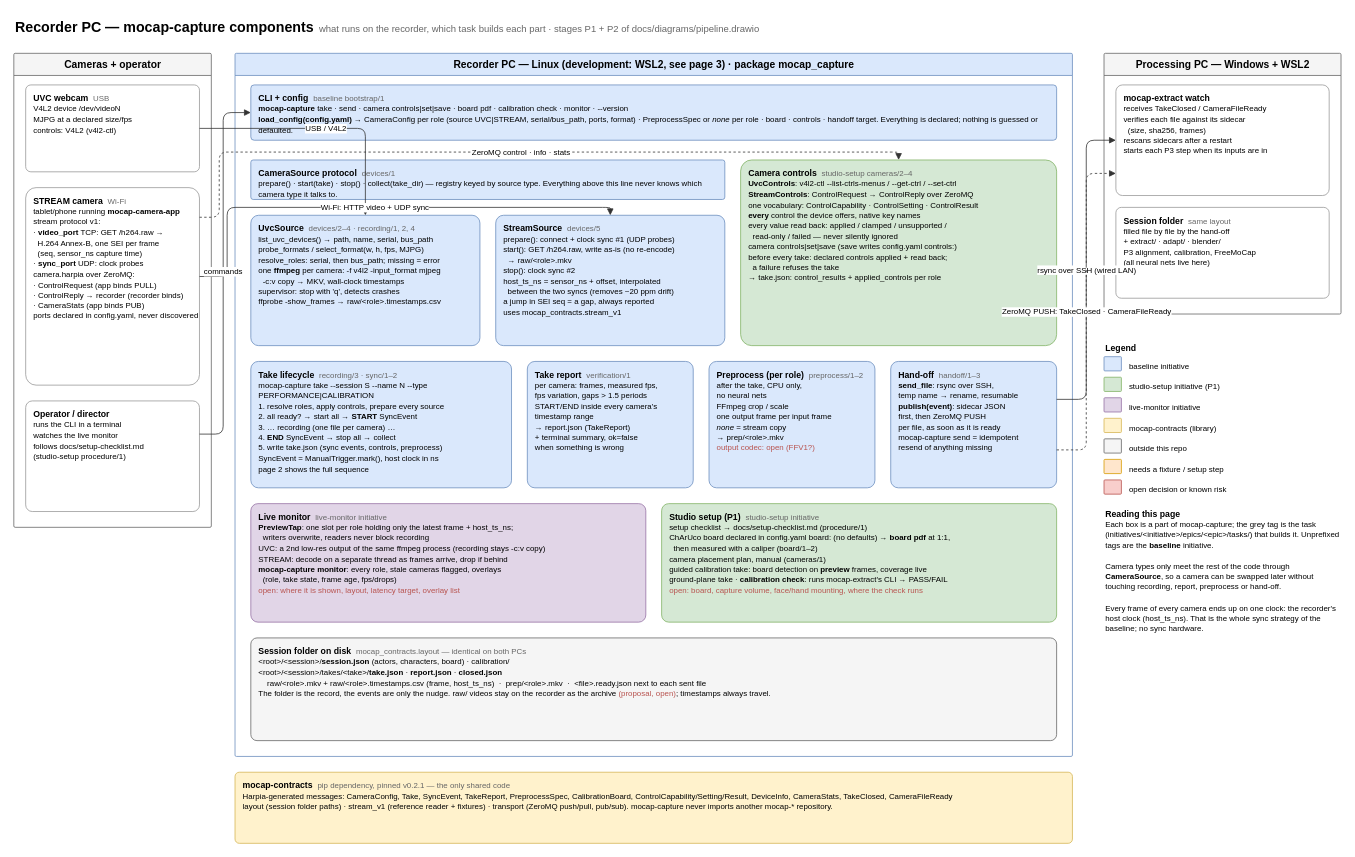
Before: page "1 · Components" (1 of 4) of docs/recorder-pc.drawio in rafaelchiafarelli/mocap-capture, a draw.io diagram. Source tidied: cells renumbered, new cells numbered last; positions are measured from the earlier drawing's top-left corner, leaving out a move shared by most shapes. Both pictures are drawn from the tidied source at 79%, with x=0, y=0 at pixel (13, 13).
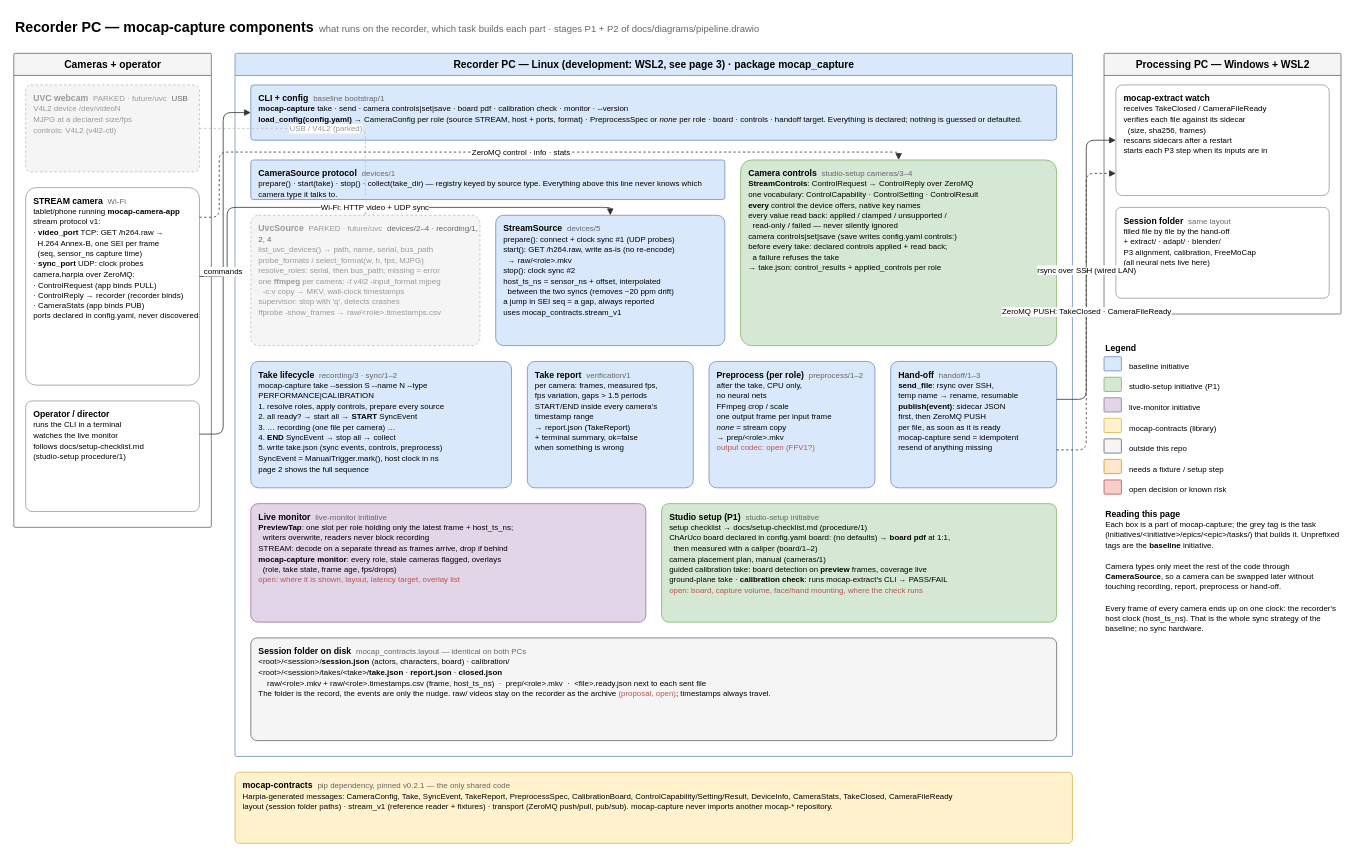
The same page after the edit.

Unchanged cells that the change refers to:
```xml
<mxCell id="3" value="Cameras + operator" style="swimlane;html=1;startSize=28;rounded=1;arcSize=2;fontSize=13;fontStyle=1;swimlaneFillColor=none;fillColor=#f5f5f5;strokeColor=#666666;" parent="1" vertex="1">
  <mxGeometry y="50" width="250" height="600" as="geometry" />
</mxCell>
<mxCell id="7" value="Recorder PC — Linux (development: WSL2, see page 3) · package mocap_capture" style="swimlane;html=1;startSize=28;rounded=1;arcSize=2;fontSize=13;fontStyle=1;swimlaneFillColor=none;fillColor=#dae8fc;strokeColor=#6c8ebf;" parent="1" vertex="1">
  <mxGeometry x="280" y="50" width="1060" height="890" as="geometry" />
</mxCell>
```

Change to the diagram source:
```diff
@@
-    <mxCell id="4" value="&lt;b&gt;UVC webcam&lt;/b&gt; &amp;nbsp;&lt;font color='#666666' style='font-size:10px'&gt;USB&lt;/font&gt;&lt;br&gt;&lt;font style='font-size:10px'&gt;V4L2 device /dev/videoN&lt;br&gt;MJPG at a declared size/fps&lt;br&gt;controls: V4L2 (v4l2-ctl)&lt;/font&gt;" style="rounded=1;whiteSpace=wrap;html=1;arcSize=6;align=left;verticalAlign=top;spacingLeft=8;spacingTop=4;fontSize=11;fillColor=#ffffff;strokeColor=#999999;" parent="3" vertex="1">
+    <mxCell id="4" value="&lt;b&gt;UVC webcam&lt;/b&gt; &amp;nbsp;&lt;font color='#999999' style='font-size:10px'&gt;PARKED · future/uvc&lt;/font&gt; &amp;nbsp;&lt;font color='#666666' style='font-size:10px'&gt;USB&lt;/font&gt;&lt;br&gt;&lt;font style='font-size:10px'&gt;V4L2 device /dev/videoN&lt;br&gt;MJPG at a declared size/fps&lt;br&gt;controls: V4L2 (v4l2-ctl)&lt;/font&gt;" style="rounded=1;whiteSpace=wrap;html=1;arcSize=6;align=left;verticalAlign=top;spacingLeft=8;spacingTop=4;fontSize=11;fillColor=#f5f5f5;strokeColor=#bbbbbb;fontColor=#999999;dashed=1;" parent="3" vertex="1">
       <mxGeometry x="15" y="40" width="220" height="110" as="geometry" />
     </mxCell>
@@
-    <mxCell id="8" value="&lt;b&gt;CLI + config&lt;/b&gt; &amp;nbsp;&lt;font color='#666666' style='font-size:10px'&gt;baseline bootstrap/1&lt;/font&gt;&lt;br&gt;&lt;font style='font-size:10px'&gt;&lt;b&gt;mocap-capture&lt;/b&gt; take · send · camera controls|set|save · board pdf · calibration check · monitor · --version&lt;br&gt;&lt;b&gt;load_config(config.yaml)&lt;/b&gt; → CameraConfig per role (source UVC|STREAM, serial/bus_path, ports, format) · PreprocessSpec or &lt;i&gt;none&lt;/i&gt; per role · board · controls · handoff target. Everything is declared; nothing is guessed or defaulted.&lt;/font&gt;" style="rounded=1;whiteSpace=wrap;html=1;arcSize=6;align=left;verticalAlign=top;spacingLeft=8;spacingTop=4;fontSize=11;fillColor=#dae8fc;strokeColor=#6c8ebf;" parent="7" vertex="1">
+    <mxCell id="8" value="&lt;b&gt;CLI + config&lt;/b&gt; &amp;nbsp;&lt;font color='#666666' style='font-size:10px'&gt;baseline bootstrap/1&lt;/font&gt;&lt;br&gt;&lt;font style='font-size:10px'&gt;&lt;b&gt;mocap-capture&lt;/b&gt; take · send · camera controls|set|save · board pdf · calibration check · monitor · --version&lt;br&gt;&lt;b&gt;load_config(config.yaml)&lt;/b&gt; → CameraConfig per role (source STREAM, host + ports, format) · PreprocessSpec or &lt;i&gt;none&lt;/i&gt; per role · board · controls · handoff target. Everything is declared; nothing is guessed or defaulted.&lt;/font&gt;" style="rounded=1;whiteSpace=wrap;html=1;arcSize=6;align=left;verticalAlign=top;spacingLeft=8;spacingTop=4;fontSize=11;fillColor=#dae8fc;strokeColor=#6c8ebf;" parent="7" vertex="1">
       <mxGeometry x="20" y="40" width="1020" height="70" as="geometry" />
     </mxCell>
@@
-    <mxCell id="10" value="&lt;b&gt;UvcSource&lt;/b&gt; &amp;nbsp;&lt;font color='#666666' style='font-size:10px'&gt;devices/2–4 · recording/1, 2, 4&lt;/font&gt;&lt;br&gt;&lt;font style='font-size:10px'&gt;list_uvc_devices() → path, name, serial, bus_path&lt;br&gt;probe_formats / select_format(w, h, fps, MJPG)&lt;br&gt;resolve_roles: serial, then bus_path; missing = error&lt;br&gt;one &lt;b&gt;ffmpeg&lt;/b&gt; per camera: -f v4l2 -input_format mjpeg&lt;br&gt;&amp;nbsp;&amp;nbsp;-c:v copy → MKV, wall-clock timestamps&lt;br&gt;supervisor: stop with 'q', detects crashes&lt;br&gt;ffprobe -show_frames → raw/&amp;lt;role&amp;gt;.timestamps.csv&lt;/font&gt;" style="rounded=1;whiteSpace=wrap;html=1;arcSize=6;align=left;verticalAlign=top;spacingLeft=8;spacingTop=4;fontSize=11;fillColor=#dae8fc;strokeColor=#6c8ebf;" parent="7" vertex="1">
+    <mxCell id="10" value="&lt;b&gt;UvcSource&lt;/b&gt; &amp;nbsp;&lt;font color='#999999' style='font-size:10px'&gt;PARKED · future/uvc&lt;/font&gt; &amp;nbsp;&lt;font color='#666666' style='font-size:10px'&gt;devices/2–4 · recording/1, 2, 4&lt;/font&gt;&lt;br&gt;&lt;font style='font-size:10px'&gt;list_uvc_devices() → path, name, serial, bus_path&lt;br&gt;probe_formats / select_format(w, h, fps, MJPG)&lt;br&gt;resolve_roles: serial, then bus_path; missing = error&lt;br&gt;one &lt;b&gt;ffmpeg&lt;/b&gt; per camera: -f v4l2 -input_format mjpeg&lt;br&gt;&amp;nbsp;&amp;nbsp;-c:v copy → MKV, wall-clock timestamps&lt;br&gt;supervisor: stop with 'q', detects crashes&lt;br&gt;ffprobe -show_frames → raw/&amp;lt;role&amp;gt;.timestamps.csv&lt;/font&gt;" style="rounded=1;whiteSpace=wrap;html=1;arcSize=6;align=left;verticalAlign=top;spacingLeft=8;spacingTop=4;fontSize=11;fillColor=#f5f5f5;strokeColor=#bbbbbb;fontColor=#999999;dashed=1;" parent="7" vertex="1">
       <mxGeometry x="20" y="205" width="290" height="165" as="geometry" />
     </mxCell>
@@
-    <mxCell id="12" value="&lt;b&gt;Camera controls&lt;/b&gt; &amp;nbsp;&lt;font color='#666666' style='font-size:10px'&gt;studio-setup cameras/2–4&lt;/font&gt;&lt;br&gt;&lt;font style='font-size:10px'&gt;&lt;b&gt;UvcControls&lt;/b&gt;: v4l2-ctl --list-ctrls-menus / --get-ctrl / --set-ctrl&lt;br&gt;&lt;b&gt;StreamControls&lt;/b&gt;: ControlRequest → ControlReply over ZeroMQ&lt;br&gt;one vocabulary: ControlCapability · ControlSetting · ControlResult&lt;br&gt;&lt;b&gt;every&lt;/b&gt; control the device offers, native key names&lt;br&gt;every value read back: applied / clamped / unsupported /&lt;br&gt;&amp;nbsp;&amp;nbsp;read-only / failed — never silently ignored&lt;br&gt;camera controls|set|save (save writes config.yaml controls:)&lt;br&gt;before every take: declared controls applied + read back;&lt;br&gt;&amp;nbsp;&amp;nbsp;a failure refuses the take&lt;br&gt;→ take.json: control_results + applied_controls per role&lt;/font&gt;" style="rounded=1;whiteSpace=wrap;html=1;arcSize=6;align=left;verticalAlign=top;spacingLeft=8;spacingTop=4;fontSize=11;fillColor=#d5e8d4;strokeColor=#82b366;" parent="7" vertex="1">
+    <mxCell id="12" value="&lt;b&gt;Camera controls&lt;/b&gt; &amp;nbsp;&lt;font color='#666666' style='font-size:10px'&gt;studio-setup cameras/3–4&lt;/font&gt;&lt;br&gt;&lt;font style='font-size:10px'&gt;&lt;b&gt;StreamControls&lt;/b&gt;: ControlRequest → ControlReply over ZeroMQ&lt;br&gt;one vocabulary: ControlCapability · ControlSetting · ControlResult&lt;br&gt;&lt;b&gt;every&lt;/b&gt; control the device offers, native key names&lt;br&gt;every value read back: applied / clamped / unsupported /&lt;br&gt;&amp;nbsp;&amp;nbsp;read-only / failed — never silently ignored&lt;br&gt;camera controls|set|save (save writes config.yaml controls:)&lt;br&gt;before every take: declared controls applied + read back;&lt;br&gt;&amp;nbsp;&amp;nbsp;a failure refuses the take&lt;br&gt;→ take.json: control_results + applied_controls per role&lt;/font&gt;" style="rounded=1;whiteSpace=wrap;html=1;arcSize=6;align=left;verticalAlign=top;spacingLeft=8;spacingTop=4;fontSize=11;fillColor=#d5e8d4;strokeColor=#82b366;" parent="7" vertex="1">
       <mxGeometry x="640" y="135" width="400" height="235" as="geometry" />
     </mxCell>
@@
-    <mxCell id="17" value="&lt;b&gt;Live monitor&lt;/b&gt; &amp;nbsp;&lt;font color='#666666' style='font-size:10px'&gt;live-monitor initiative&lt;/font&gt;&lt;br&gt;&lt;font style='font-size:10px'&gt;&lt;b&gt;PreviewTap&lt;/b&gt;: one slot per role holding only the latest frame + host_ts_ns;&lt;br&gt;&amp;nbsp;&amp;nbsp;writers overwrite, readers never block recording&lt;br&gt;UVC: a 2nd low-res output of the same ffmpeg process (recording stays -c:v copy)&lt;br&gt;STREAM: decode on a separate thread as frames arrive, drop if behind&lt;br&gt;&lt;b&gt;mocap-capture monitor&lt;/b&gt;: every role, stale cameras flagged, overlays&lt;br&gt;&amp;nbsp;&amp;nbsp;(role, take state, frame age, fps/drops)&lt;br&gt;&lt;font color='#b85450'&gt;open: where it is shown, layout, latency target, overlay list&lt;/font&gt;&lt;/font&gt;" style="rounded=1;whiteSpace=wrap;html=1;arcSize=6;align=left;verticalAlign=top;spacingLeft=8;spacingTop=4;fontSize=11;fillColor=#e1d5e7;strokeColor=#9673a6;" parent="7" vertex="1">
+    <mxCell id="17" value="&lt;b&gt;Live monitor&lt;/b&gt; &amp;nbsp;&lt;font color='#666666' style='font-size:10px'&gt;live-monitor initiative&lt;/font&gt;&lt;br&gt;&lt;font style='font-size:10px'&gt;&lt;b&gt;PreviewTap&lt;/b&gt;: one slot per role holding only the latest frame + host_ts_ns;&lt;br&gt;&amp;nbsp;&amp;nbsp;writers overwrite, readers never block recording&lt;br&gt;STREAM: decode on a separate thread as frames arrive, drop if behind&lt;br&gt;&lt;b&gt;mocap-capture monitor&lt;/b&gt;: every role, stale cameras flagged, overlays&lt;br&gt;&amp;nbsp;&amp;nbsp;(role, take state, frame age, fps/drops)&lt;br&gt;&lt;font color='#b85450'&gt;open: where it is shown, layout, latency target, overlay list&lt;/font&gt;&lt;/font&gt;" style="rounded=1;whiteSpace=wrap;html=1;arcSize=6;align=left;verticalAlign=top;spacingLeft=8;spacingTop=4;fontSize=11;fillColor=#e1d5e7;strokeColor=#9673a6;" parent="7" vertex="1">
       <mxGeometry x="20" y="570" width="500" height="150" as="geometry" />
     </mxCell>
@@
-    <mxCell id="40" value="USB / V4L2" style="edgeStyle=orthogonalEdgeStyle;rounded=1;html=1;endArrow=block;endFill=1;fontSize=10;labelBackgroundColor=#ffffff;strokeColor=#333333;" parent="1" edge="1" source="4" target="10">
+    <mxCell id="40" value="USB / V4L2 (parked)" style="edgeStyle=orthogonalEdgeStyle;rounded=1;html=1;endArrow=block;endFill=1;fontSize=10;labelBackgroundColor=#ffffff;strokeColor=#bbbbbb;fillColor=#f5f5f5;fontColor=#999999;dashed=1;" parent="1" edge="1" source="4" target="10">
       <mxGeometry relative="1" as="geometry" />
     </mxCell>
```
